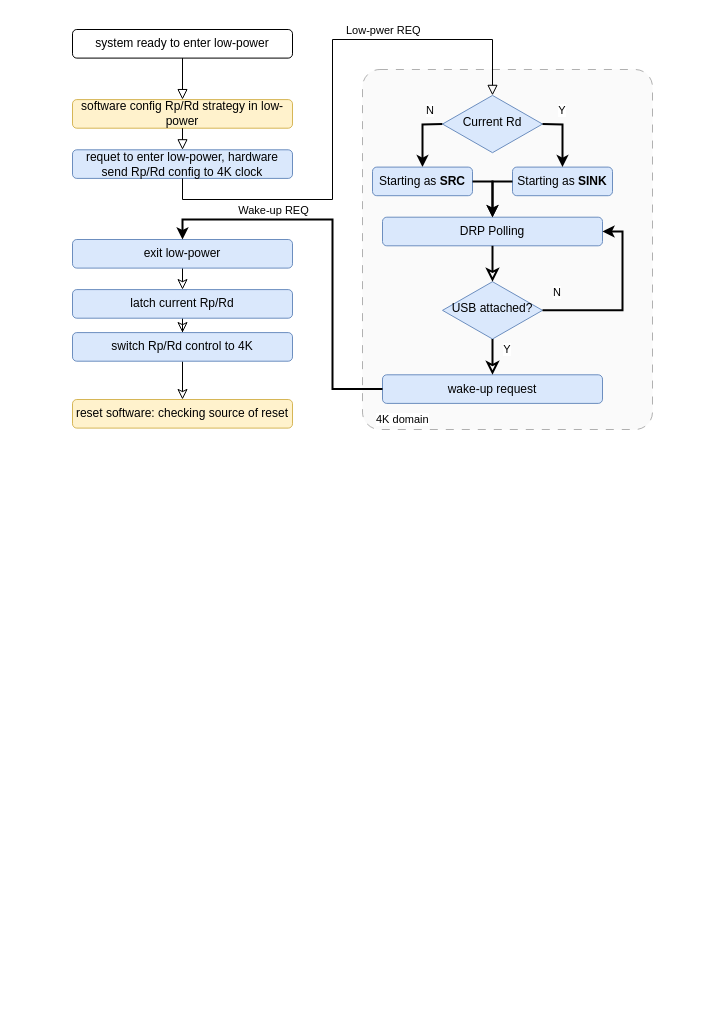
This is pd_rp_rd_lp.drawio from Xhopo/test, a draw.io file, before an edit. Source tidied: cells renumbered, new cells numbered last; positions are measured from the earlier drawing's top-left corner, leaving out a move shared by most shapes. Both pictures are drawn from the tidied source at 100%, with x=0, y=0 at pixel (72, 16).
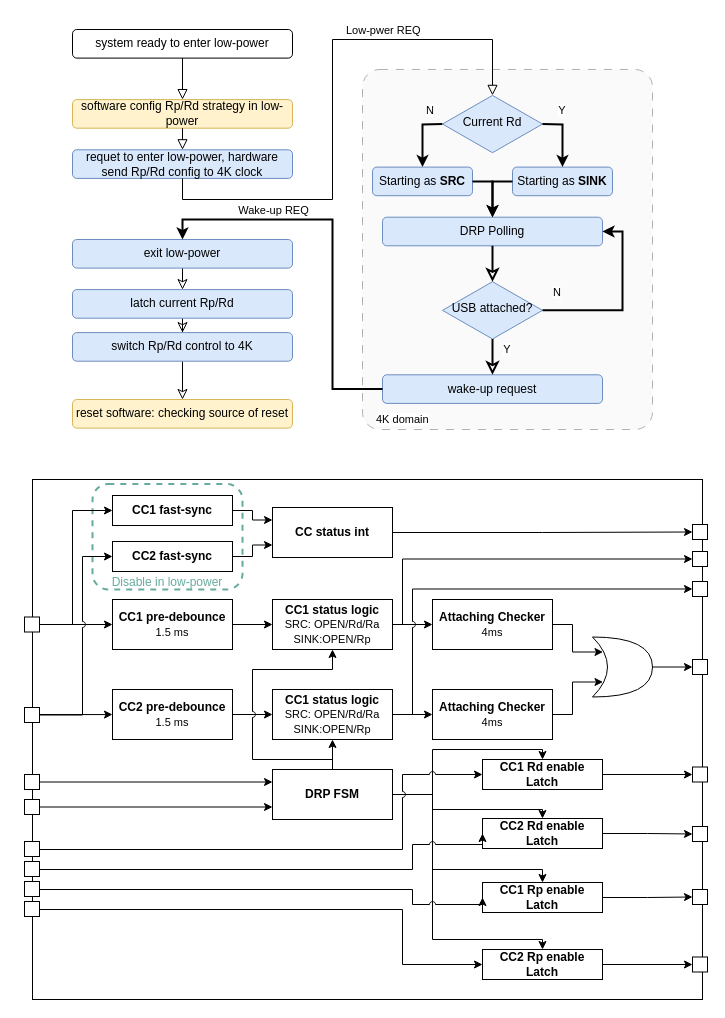
Above is the later version.

Diff of the diagram source:
```diff
@@
+    <mxCell id="37" style="rounded=0;whiteSpace=wrap;html=1;" parent="1" vertex="1">
+      <mxGeometry x="-40" y="463" width="670" height="520" as="geometry" />
+    </mxCell>
+    <mxCell id="38" style="rounded=1;whiteSpace=wrap;html=1;dashed=1;strokeColor=#67AB9F;fontColor=#67AB9F;strokeWidth=2;" parent="1" vertex="1">
+      <mxGeometry x="20" y="467.5" width="150" height="105.5" as="geometry" />
+    </mxCell>
@@
+    <mxCell id="39" style="edgeStyle=orthogonalEdgeStyle;rounded=0;jettySize=auto;html=1;exitX=1;exitY=0.5;exitDx=0;exitDy=0;entryX=0;entryY=0.5;entryDx=0;entryDy=0;" parent="1" edge="1" source="40" target="43">
+      <mxGeometry relative="1" as="geometry" />
+    </mxCell>
+    <mxCell id="40" value="&lt;div&gt;&lt;b&gt;CC1 pre-debounce&lt;/b&gt;&lt;/div&gt;&lt;div&gt;&lt;font style=&quot;font-size: 11px;&quot;&gt;1.5 ms&lt;/font&gt;&lt;/div&gt;" style="rounded=0;whiteSpace=wrap;html=1;" parent="1" vertex="1">
+      <mxGeometry x="40" y="583" width="120" height="50" as="geometry" />
+    </mxCell>
+    <mxCell id="41" style="edgeStyle=orthogonalEdgeStyle;rounded=0;jettySize=auto;html=1;exitX=1;exitY=0.5;exitDx=0;exitDy=0;entryX=0;entryY=0.5;entryDx=0;entryDy=0;" parent="1" edge="1" source="43" target="44">
+      <mxGeometry relative="1" as="geometry" />
+    </mxCell>
+    <mxCell id="42" style="edgeStyle=orthogonalEdgeStyle;rounded=0;jettySize=auto;html=1;exitX=1;exitY=0.5;exitDx=0;exitDy=0;entryX=0;entryY=0.5;entryDx=0;entryDy=0;" parent="1" edge="1" source="43" target="101">
+      <mxGeometry relative="1" as="geometry">
+        <Array as="points">
+          <mxPoint x="330" y="608" />
+          <mxPoint x="330" y="543" />
+          <mxPoint x="620" y="543" />
+        </Array>
+      </mxGeometry>
+    </mxCell>
+    <mxCell id="43" value="&lt;b&gt;CC1 status logic&lt;/b&gt;&lt;div&gt;&lt;font style=&quot;font-size: 11px;&quot;&gt;SRC: OPEN/Rd/Ra&lt;/font&gt;&lt;/div&gt;&lt;div&gt;&lt;font style=&quot;font-size: 11px;&quot;&gt;SINK:OPEN/Rp&lt;/font&gt;&lt;/div&gt;" style="rounded=0;whiteSpace=wrap;html=1;" parent="1" vertex="1">
+      <mxGeometry x="200" y="583" width="120" height="50" as="geometry" />
+    </mxCell>
+    <mxCell id="44" value="&lt;div&gt;&lt;span style=&quot;background-color: transparent; color: light-dark(rgb(0, 0, 0), rgb(255, 255, 255));&quot;&gt;&lt;b&gt;Attaching Checker&lt;/b&gt;&lt;/span&gt;&lt;/div&gt;&lt;div&gt;&lt;span style=&quot;background-color: transparent; color: light-dark(rgb(0, 0, 0), rgb(255, 255, 255));&quot;&gt;&lt;font style=&quot;font-size: 11px;&quot;&gt;4ms&lt;/font&gt;&lt;/span&gt;&lt;/div&gt;" style="rounded=0;whiteSpace=wrap;html=1;" parent="1" vertex="1">
+      <mxGeometry x="360" y="583" width="120" height="50" as="geometry" />
+    </mxCell>
+    <mxCell id="45" style="edgeStyle=orthogonalEdgeStyle;rounded=0;jettySize=auto;html=1;exitX=1;exitY=0.5;exitDx=0;exitDy=0;exitPerimeter=0;entryX=0;entryY=0.5;entryDx=0;entryDy=0;" parent="1" edge="1" source="46" target="90">
+      <mxGeometry relative="1" as="geometry" />
+    </mxCell>
+    <mxCell id="46" style="shape=xor;whiteSpace=wrap;html=1;" parent="1" vertex="1">
+      <mxGeometry x="520" y="620.5" width="60" height="60" as="geometry" />
+    </mxCell>
+    <mxCell id="47" style="edgeStyle=orthogonalEdgeStyle;rounded=0;jettySize=auto;html=1;exitX=1;exitY=0.5;exitDx=0;exitDy=0;entryX=0;entryY=0.5;entryDx=0;entryDy=0;" parent="1" edge="1" source="48" target="50">
+      <mxGeometry relative="1" as="geometry" />
+    </mxCell>
+    <mxCell id="48" value="&lt;div&gt;&lt;b&gt;CC2 pre-debounce&lt;/b&gt;&lt;/div&gt;&lt;div&gt;&lt;font style=&quot;font-size: 11px;&quot;&gt;1.5 ms&lt;/font&gt;&lt;/div&gt;" style="rounded=0;whiteSpace=wrap;html=1;" parent="1" vertex="1">
+      <mxGeometry x="40" y="673" width="120" height="50" as="geometry" />
+    </mxCell>
+    <mxCell id="49" style="edgeStyle=orthogonalEdgeStyle;rounded=0;jettySize=auto;html=1;exitX=1;exitY=0.5;exitDx=0;exitDy=0;entryX=0;entryY=0.5;entryDx=0;entryDy=0;" parent="1" edge="1" source="50" target="51">
+      <mxGeometry relative="1" as="geometry" />
+    </mxCell>
+    <mxCell id="50" value="&lt;b&gt;CC1 status logic&lt;/b&gt;&lt;div&gt;&lt;font style=&quot;font-size: 11px;&quot;&gt;SRC: OPEN/Rd/Ra&lt;/font&gt;&lt;/div&gt;&lt;div&gt;&lt;font style=&quot;font-size: 11px;&quot;&gt;SINK:OPEN/Rp&lt;/font&gt;&lt;/div&gt;" style="rounded=0;whiteSpace=wrap;html=1;" parent="1" vertex="1">
+      <mxGeometry x="200" y="673" width="120" height="50" as="geometry" />
+    </mxCell>
+    <mxCell id="51" value="&lt;div&gt;&lt;span style=&quot;background-color: transparent; color: light-dark(rgb(0, 0, 0), rgb(255, 255, 255));&quot;&gt;&lt;b&gt;Attaching Checker&lt;/b&gt;&lt;/span&gt;&lt;/div&gt;&lt;div&gt;&lt;span style=&quot;background-color: transparent; color: light-dark(rgb(0, 0, 0), rgb(255, 255, 255));&quot;&gt;&lt;font style=&quot;font-size: 11px;&quot;&gt;4ms&lt;/font&gt;&lt;/span&gt;&lt;/div&gt;" style="rounded=0;whiteSpace=wrap;html=1;" parent="1" vertex="1">
+      <mxGeometry x="360" y="673" width="120" height="50" as="geometry" />
+    </mxCell>
+    <mxCell id="52" style="edgeStyle=orthogonalEdgeStyle;rounded=0;jettySize=auto;html=1;exitX=1;exitY=0.5;exitDx=0;exitDy=0;entryX=0.175;entryY=0.75;entryDx=0;entryDy=0;entryPerimeter=0;" parent="1" edge="1" source="51" target="46">
+      <mxGeometry relative="1" as="geometry" />
+    </mxCell>
+    <mxCell id="53" style="edgeStyle=orthogonalEdgeStyle;rounded=0;jettySize=auto;html=1;exitX=1;exitY=0.5;exitDx=0;exitDy=0;entryX=0.175;entryY=0.25;entryDx=0;entryDy=0;entryPerimeter=0;" parent="1" edge="1" source="44" target="46">
+      <mxGeometry relative="1" as="geometry" />
+    </mxCell>
+    <mxCell id="54" style="edgeStyle=orthogonalEdgeStyle;rounded=0;jettySize=auto;html=1;exitX=0.5;exitY=0;exitDx=0;exitDy=0;entryX=0.5;entryY=1;entryDx=0;entryDy=0;" parent="1" edge="1" source="58" target="50">
+      <mxGeometry relative="1" as="geometry" />
+    </mxCell>
+    <mxCell id="55" style="edgeStyle=orthogonalEdgeStyle;rounded=0;jettySize=auto;html=1;exitX=0.5;exitY=0;exitDx=0;exitDy=0;entryX=0.5;entryY=1;entryDx=0;entryDy=0;jumpStyle=arc;" parent="1" edge="1" source="58" target="43">
+      <mxGeometry relative="1" as="geometry">
+        <Array as="points">
+          <mxPoint x="260" y="743" />
+          <mxPoint x="180" y="743" />
+          <mxPoint x="180" y="653" />
+          <mxPoint x="260" y="653" />
+        </Array>
+      </mxGeometry>
+    </mxCell>
+    <mxCell id="56" style="edgeStyle=orthogonalEdgeStyle;rounded=0;jettySize=auto;html=1;exitX=1;exitY=0.5;exitDx=0;exitDy=0;entryX=0.5;entryY=0;entryDx=0;entryDy=0;" parent="1" edge="1" source="58" target="66">
+      <mxGeometry relative="1" as="geometry">
+        <Array as="points">
+          <mxPoint x="360" y="778" />
+          <mxPoint x="360" y="733" />
+          <mxPoint x="470" y="733" />
+        </Array>
+      </mxGeometry>
+    </mxCell>
+    <mxCell id="57" style="edgeStyle=orthogonalEdgeStyle;rounded=0;jettySize=auto;html=1;exitX=1;exitY=0.5;exitDx=0;exitDy=0;entryX=0.5;entryY=0;entryDx=0;entryDy=0;" parent="1" edge="1" source="58" target="60">
+      <mxGeometry relative="1" as="geometry">
+        <Array as="points">
+          <mxPoint x="360" y="778" />
+          <mxPoint x="360" y="793" />
+          <mxPoint x="470" y="793" />
+        </Array>
+      </mxGeometry>
+    </mxCell>
+    <mxCell id="58" value="DRP FSM" style="rounded=0;whiteSpace=wrap;html=1;fontStyle=1;" parent="1" vertex="1">
+      <mxGeometry x="200" y="753" width="120" height="50" as="geometry" />
+    </mxCell>
+    <mxCell id="59" style="edgeStyle=orthogonalEdgeStyle;rounded=0;jettySize=auto;html=1;exitX=1;exitY=0.5;exitDx=0;exitDy=0;entryX=0;entryY=0.5;entryDx=0;entryDy=0;" parent="1" edge="1" source="60" target="92">
+      <mxGeometry relative="1" as="geometry" />
+    </mxCell>
+    <mxCell id="60" value="CC2 Rd enable&lt;div&gt;Latch&lt;/div&gt;" style="rounded=0;whiteSpace=wrap;html=1;fontStyle=1;" parent="1" vertex="1">
+      <mxGeometry x="410" y="802" width="120" height="30" as="geometry" />
+    </mxCell>
+    <mxCell id="61" style="edgeStyle=orthogonalEdgeStyle;rounded=0;jettySize=auto;html=1;exitX=1;exitY=0.5;exitDx=0;exitDy=0;entryX=0;entryY=0.5;entryDx=0;entryDy=0;" parent="1" edge="1" source="62" target="93">
+      <mxGeometry relative="1" as="geometry" />
+    </mxCell>
+    <mxCell id="62" value="CC1 Rp enable&lt;div&gt;Latch&lt;/div&gt;" style="rounded=0;whiteSpace=wrap;html=1;fontStyle=1;" parent="1" vertex="1">
+      <mxGeometry x="410" y="866" width="120" height="30" as="geometry" />
+    </mxCell>
+    <mxCell id="63" style="edgeStyle=orthogonalEdgeStyle;rounded=0;jettySize=auto;html=1;exitX=1;exitY=0.5;exitDx=0;exitDy=0;entryX=0;entryY=0.5;entryDx=0;entryDy=0;" parent="1" edge="1" source="64" target="94">
+      <mxGeometry relative="1" as="geometry" />
+    </mxCell>
+    <mxCell id="64" value="CC2 Rp enable&lt;div&gt;Latch&lt;/div&gt;" style="rounded=0;whiteSpace=wrap;html=1;fontStyle=1;" parent="1" vertex="1">
+      <mxGeometry x="410" y="933" width="120" height="30" as="geometry" />
+    </mxCell>
+    <mxCell id="65" style="edgeStyle=orthogonalEdgeStyle;rounded=0;jettySize=auto;html=1;exitX=1;exitY=0.5;exitDx=0;exitDy=0;entryX=0;entryY=0.5;entryDx=0;entryDy=0;" parent="1" edge="1" source="66" target="91">
+      <mxGeometry relative="1" as="geometry" />
+    </mxCell>
+    <mxCell id="66" value="&lt;b&gt;CC1 Rd enable&lt;/b&gt;&lt;div&gt;&lt;b&gt;Latch&lt;/b&gt;&lt;/div&gt;" style="rounded=0;whiteSpace=wrap;html=1;" parent="1" vertex="1">
+      <mxGeometry x="410" y="743" width="120" height="30" as="geometry" />
+    </mxCell>
+    <mxCell id="67" style="edgeStyle=orthogonalEdgeStyle;rounded=0;jettySize=auto;html=1;exitX=1;exitY=0.5;exitDx=0;exitDy=0;entryX=0.5;entryY=0;entryDx=0;entryDy=0;" parent="1" edge="1" source="58" target="62">
+      <mxGeometry relative="1" as="geometry">
+        <Array as="points">
+          <mxPoint x="360" y="778" />
+          <mxPoint x="360" y="853" />
+          <mxPoint x="470" y="853" />
+        </Array>
+      </mxGeometry>
+    </mxCell>
+    <mxCell id="68" style="edgeStyle=orthogonalEdgeStyle;rounded=0;jettySize=auto;html=1;exitX=1;exitY=0.5;exitDx=0;exitDy=0;entryX=0.5;entryY=0;entryDx=0;entryDy=0;" parent="1" edge="1" source="58" target="64">
+      <mxGeometry relative="1" as="geometry">
+        <Array as="points">
+          <mxPoint x="360" y="778" />
+          <mxPoint x="360" y="923" />
+          <mxPoint x="470" y="923" />
+        </Array>
+      </mxGeometry>
+    </mxCell>
+    <mxCell id="69" style="edgeStyle=orthogonalEdgeStyle;rounded=0;jettySize=auto;html=1;entryX=0;entryY=0.5;entryDx=0;entryDy=0;jumpStyle=arc;" parent="1" edge="1" target="66">
+      <mxGeometry relative="1" as="geometry">
+        <mxPoint x="-40" y="833" as="sourcePoint" />
+        <Array as="points">
+          <mxPoint x="330" y="833" />
+          <mxPoint x="330" y="758" />
+        </Array>
+      </mxGeometry>
+    </mxCell>
+    <mxCell id="70" style="edgeStyle=orthogonalEdgeStyle;rounded=0;jettySize=auto;html=1;entryX=0;entryY=0.5;entryDx=0;entryDy=0;jumpStyle=arc;" parent="1" edge="1" target="60">
+      <mxGeometry relative="1" as="geometry">
+        <mxPoint x="-40" y="853" as="sourcePoint" />
+        <Array as="points">
+          <mxPoint x="340" y="853" />
+          <mxPoint x="340" y="828" />
+        </Array>
+      </mxGeometry>
+    </mxCell>
+    <mxCell id="71" style="edgeStyle=orthogonalEdgeStyle;rounded=0;jettySize=auto;html=1;entryX=0;entryY=0.5;entryDx=0;entryDy=0;jumpStyle=arc;" parent="1" edge="1" target="62">
+      <mxGeometry relative="1" as="geometry">
+        <mxPoint x="-40" y="873" as="sourcePoint" />
+        <Array as="points">
+          <mxPoint x="340" y="873" />
+          <mxPoint x="340" y="888" />
+        </Array>
+      </mxGeometry>
+    </mxCell>
+    <mxCell id="72" style="edgeStyle=orthogonalEdgeStyle;rounded=0;jettySize=auto;html=1;entryX=0;entryY=0.5;entryDx=0;entryDy=0;jumpStyle=arc;" parent="1" edge="1" target="64">
+      <mxGeometry relative="1" as="geometry">
+        <mxPoint x="-40" y="893" as="sourcePoint" />
+        <Array as="points">
+          <mxPoint x="330" y="893" />
+          <mxPoint x="330" y="948" />
+        </Array>
+      </mxGeometry>
+    </mxCell>
+    <mxCell id="73" style="edgeStyle=orthogonalEdgeStyle;rounded=0;jettySize=auto;html=1;entryX=0;entryY=0.5;entryDx=0;entryDy=0;jumpStyle=arc;" parent="1" edge="1" source="78" target="40">
+      <mxGeometry relative="1" as="geometry" />
+    </mxCell>
+    <mxCell id="74" style="edgeStyle=orthogonalEdgeStyle;rounded=0;jettySize=auto;html=1;entryX=0;entryY=0.5;entryDx=0;entryDy=0;jumpStyle=arc;" parent="1" edge="1" target="48">
+      <mxGeometry relative="1" as="geometry">
+        <mxPoint x="-40" y="698" as="sourcePoint" />
+      </mxGeometry>
+    </mxCell>
+    <mxCell id="75" style="edgeStyle=orthogonalEdgeStyle;rounded=0;jettySize=auto;html=1;exitX=1;exitY=0.5;exitDx=0;exitDy=0;entryX=0;entryY=0.5;entryDx=0;entryDy=0;jumpStyle=arc;" parent="1" edge="1" source="50" target="102">
+      <mxGeometry relative="1" as="geometry">
+        <Array as="points">
+          <mxPoint x="340" y="698" />
+          <mxPoint x="340" y="573" />
+          <mxPoint x="620" y="573" />
+        </Array>
+      </mxGeometry>
+    </mxCell>
+    <mxCell id="76" style="edgeStyle=orthogonalEdgeStyle;rounded=0;jettySize=auto;html=1;entryX=0;entryY=0.5;entryDx=0;entryDy=0;jumpStyle=arc;" parent="1" edge="1" target="78">
+      <mxGeometry relative="1" as="geometry">
+        <mxPoint x="-40" y="608" as="sourcePoint" />
+      </mxGeometry>
+    </mxCell>
+    <mxCell id="77" style="edgeStyle=orthogonalEdgeStyle;rounded=0;jettySize=auto;html=1;exitX=1;exitY=0.5;exitDx=0;exitDy=0;entryX=0;entryY=0.5;entryDx=0;entryDy=0;jumpStyle=arc;" parent="1" edge="1" source="78" target="96">
+      <mxGeometry relative="1" as="geometry">
+        <Array as="points">
+          <mxPoint y="608" />
+          <mxPoint y="494" />
+        </Array>
+      </mxGeometry>
+    </mxCell>
+    <mxCell id="78" style="whiteSpace=wrap;html=1;" parent="1" vertex="1">
+      <mxGeometry x="-48" y="600.5" width="15" height="15" as="geometry" />
+    </mxCell>
+    <mxCell id="79" style="edgeStyle=orthogonalEdgeStyle;rounded=0;jettySize=auto;html=1;exitX=1;exitY=0.5;exitDx=0;exitDy=0;entryX=0;entryY=0.5;entryDx=0;entryDy=0;jumpStyle=arc;" parent="1" edge="1" source="80" target="98">
+      <mxGeometry relative="1" as="geometry">
+        <Array as="points">
+          <mxPoint x="10" y="698" />
+          <mxPoint x="10" y="540" />
+        </Array>
+      </mxGeometry>
+    </mxCell>
+    <mxCell id="80" style="whiteSpace=wrap;html=1;" parent="1" vertex="1">
+      <mxGeometry x="-48" y="691" width="15" height="15" as="geometry" />
+    </mxCell>
+    <mxCell id="81" style="whiteSpace=wrap;html=1;" parent="1" vertex="1">
+      <mxGeometry x="-48" y="825" width="15" height="15" as="geometry" />
+    </mxCell>
+    <mxCell id="82" style="whiteSpace=wrap;html=1;" parent="1" vertex="1">
+      <mxGeometry x="-48" y="885" width="15" height="15" as="geometry" />
+    </mxCell>
+    <mxCell id="83" style="whiteSpace=wrap;html=1;" parent="1" vertex="1">
+      <mxGeometry x="-48" y="865" width="15" height="15" as="geometry" />
+    </mxCell>
+    <mxCell id="84" style="whiteSpace=wrap;html=1;" parent="1" vertex="1">
+      <mxGeometry x="-48" y="845" width="15" height="15" as="geometry" />
+    </mxCell>
+    <mxCell id="85" style="whiteSpace=wrap;html=1;" parent="1" vertex="1">
+      <mxGeometry x="-48" y="758" width="15" height="15" as="geometry" />
+    </mxCell>
+    <mxCell id="86" style="whiteSpace=wrap;html=1;" parent="1" vertex="1">
+      <mxGeometry x="-48" y="783" width="15" height="15" as="geometry" />
+    </mxCell>
+    <mxCell id="87" style="edgeStyle=orthogonalEdgeStyle;rounded=0;jettySize=auto;html=1;entryX=0;entryY=0.25;entryDx=0;entryDy=0;jumpStyle=arc;exitX=1;exitY=0.5;exitDx=0;exitDy=0;" parent="1" edge="1" source="85" target="58">
+      <mxGeometry relative="1" as="geometry">
+        <Array as="points">
+          <mxPoint x="130" y="766" />
+          <mxPoint x="200" y="766" />
+        </Array>
+      </mxGeometry>
+    </mxCell>
+    <mxCell id="88" style="edgeStyle=orthogonalEdgeStyle;rounded=0;jettySize=auto;html=1;entryX=0;entryY=0.75;entryDx=0;entryDy=0;jumpStyle=arc;exitX=1;exitY=0.5;exitDx=0;exitDy=0;" parent="1" edge="1" source="86" target="58">
+      <mxGeometry relative="1" as="geometry">
+        <Array as="points">
+          <mxPoint x="80" y="791" />
+          <mxPoint x="80" y="791" />
+        </Array>
+      </mxGeometry>
+    </mxCell>
+    <mxCell id="89" style="whiteSpace=wrap;html=1;" parent="1" vertex="1">
+      <mxGeometry x="620" y="508" width="15" height="15" as="geometry" />
+    </mxCell>
+    <mxCell id="90" style="whiteSpace=wrap;html=1;" parent="1" vertex="1">
+      <mxGeometry x="620" y="643" width="15" height="15" as="geometry" />
+    </mxCell>
+    <mxCell id="91" style="whiteSpace=wrap;html=1;" parent="1" vertex="1">
+      <mxGeometry x="620" y="750.5" width="15" height="15" as="geometry" />
+    </mxCell>
+    <mxCell id="92" style="whiteSpace=wrap;html=1;" parent="1" vertex="1">
+      <mxGeometry x="620" y="810" width="15" height="15" as="geometry" />
+    </mxCell>
+    <mxCell id="93" style="whiteSpace=wrap;html=1;" parent="1" vertex="1">
+      <mxGeometry x="620" y="873" width="15" height="15" as="geometry" />
+    </mxCell>
+    <mxCell id="94" style="whiteSpace=wrap;html=1;" parent="1" vertex="1">
+      <mxGeometry x="620" y="940.5" width="15" height="15" as="geometry" />
+    </mxCell>
+    <mxCell id="95" style="edgeStyle=orthogonalEdgeStyle;rounded=0;jettySize=auto;html=1;exitX=1;exitY=0.5;exitDx=0;exitDy=0;entryX=0;entryY=0.25;entryDx=0;entryDy=0;" parent="1" edge="1" source="96" target="100">
+      <mxGeometry relative="1" as="geometry" />
+    </mxCell>
+    <mxCell id="96" value="&lt;div&gt;&lt;b&gt;CC1&amp;nbsp;&lt;/b&gt;&lt;b style=&quot;background-color: transparent; color: light-dark(rgb(0, 0, 0), rgb(255, 255, 255));&quot;&gt;fast-sync&lt;/b&gt;&lt;/div&gt;" style="rounded=0;whiteSpace=wrap;html=1;" parent="1" vertex="1">
+      <mxGeometry x="40" y="479" width="120" height="30" as="geometry" />
+    </mxCell>
+    <mxCell id="97" style="edgeStyle=orthogonalEdgeStyle;rounded=0;jettySize=auto;html=1;exitX=1;exitY=0.5;exitDx=0;exitDy=0;entryX=0;entryY=0.75;entryDx=0;entryDy=0;" parent="1" edge="1" source="98" target="100">
+      <mxGeometry relative="1" as="geometry" />
+    </mxCell>
+    <mxCell id="98" value="&lt;div&gt;&lt;b&gt;CC2 fast-sync&lt;/b&gt;&lt;/div&gt;" style="rounded=0;whiteSpace=wrap;html=1;" parent="1" vertex="1">
+      <mxGeometry x="40" y="525" width="120" height="30" as="geometry" />
+    </mxCell>
+    <mxCell id="99" style="edgeStyle=orthogonalEdgeStyle;rounded=0;jettySize=auto;html=1;exitX=1;exitY=0.5;exitDx=0;exitDy=0;entryX=0;entryY=0.5;entryDx=0;entryDy=0;" parent="1" edge="1" source="100" target="89">
+      <mxGeometry relative="1" as="geometry" />
+    </mxCell>
+    <mxCell id="100" value="&lt;b&gt;CC status int&lt;/b&gt;" style="rounded=0;whiteSpace=wrap;html=1;" parent="1" vertex="1">
+      <mxGeometry x="200" y="491" width="120" height="50" as="geometry" />
+    </mxCell>
+    <mxCell id="101" style="whiteSpace=wrap;html=1;" parent="1" vertex="1">
+      <mxGeometry x="620" y="535" width="15" height="15" as="geometry" />
+    </mxCell>
+    <mxCell id="102" style="whiteSpace=wrap;html=1;" parent="1" vertex="1">
+      <mxGeometry x="620" y="565" width="15" height="15" as="geometry" />
+    </mxCell>
+    <mxCell id="103" value="Disable in low-power" style="text;html=1;align=center;verticalAlign=middle;whiteSpace=wrap;rounded=0;fontColor=#67AB9F;fontStyle=0;" parent="1" vertex="1">
+      <mxGeometry x="35" y="555" width="120" height="22" as="geometry" />
+    </mxCell>
```
